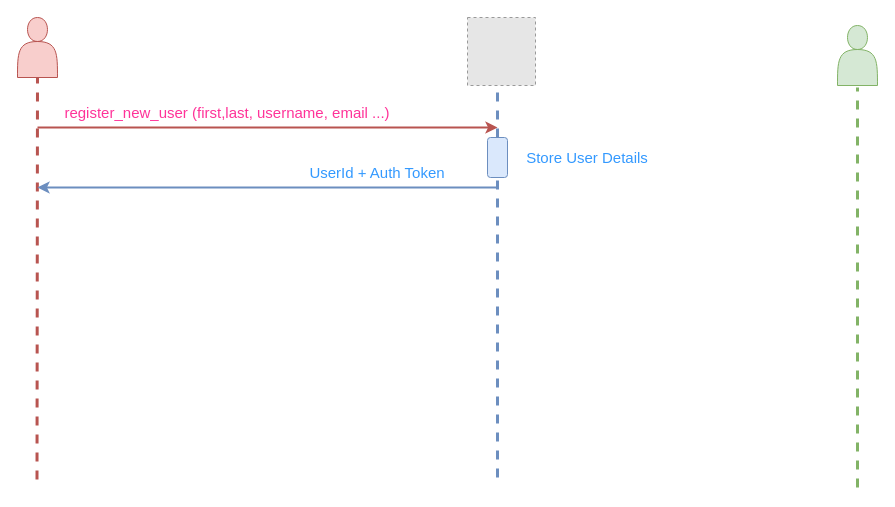
This is Biểu đồ không có tiêu đề.drawio from tronglv92/sa_drawio, a draw.io file, before an edit. Source tidied: cells renumbered, new cells numbered last; positions are measured from the earlier drawing's top-left corner, leaving out a move shared by most shapes. Both pictures are drawn from the tidied source at 100%, with x=0, y=0 at pixel (17, 17). Pictures stored in the file or linked from it are replaced by grey dashed boxes.
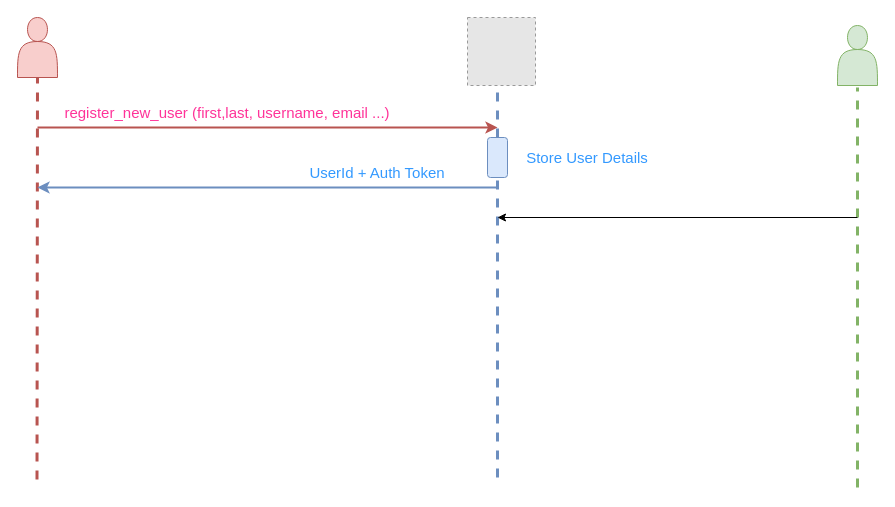
The same diagram, later.

Commit message (it also covers changes not shown here):
Cập nhật Biểu đồ không có tiêu đề.drawio

Change to the diagram source:
```diff
@@
+    <mxCell id="15" style="endArrow=classic;html=1;rounded=0;" parent="1" edge="1">
+      <mxGeometry relative="1" as="geometry">
+        <mxPoint x="840" y="200" as="sourcePoint" />
+        <mxPoint x="480" y="200" as="targetPoint" />
+      </mxGeometry>
+    </mxCell>
```
